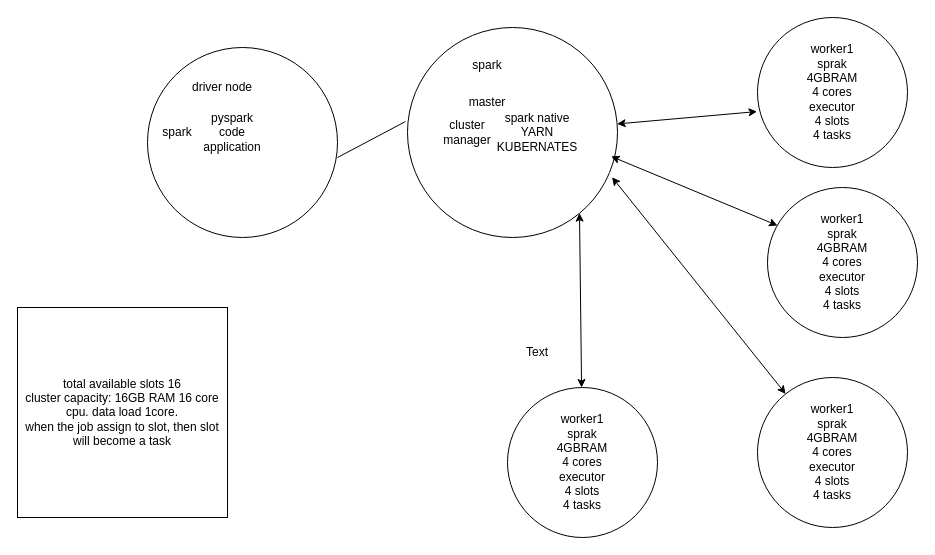
Earlier version of the draw.io diagram Untitled Diagram.drawio (sambapython/DE). Source tidied: cells renumbered, new cells numbered last; positions are measured from the earlier drawing's top-left corner, leaving out a move shared by most shapes. Both pictures are drawn from the tidied source at 100%, with x=0, y=0 at pixel (17, 17).
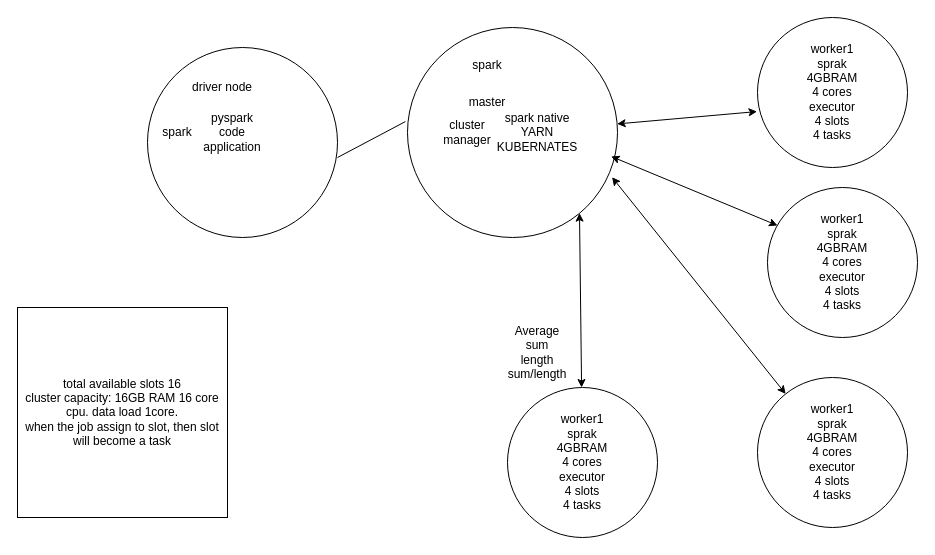
The same diagram, later.

Diff of the diagram source:
```diff
@@
-    <mxCell id="21" value="Text" style="text;html=1;align=center;verticalAlign=middle;whiteSpace=wrap;rounded=0;" parent="1" vertex="1">
+    <mxCell id="21" value="Average&lt;div&gt;sum&lt;/div&gt;&lt;div&gt;length&lt;/div&gt;&lt;div&gt;sum/length&lt;/div&gt;" style="text;html=1;align=center;verticalAlign=middle;whiteSpace=wrap;rounded=0;" parent="1" vertex="1">
       <mxGeometry x="490" y="320" width="60" height="30" as="geometry" />
     </mxCell>
```
